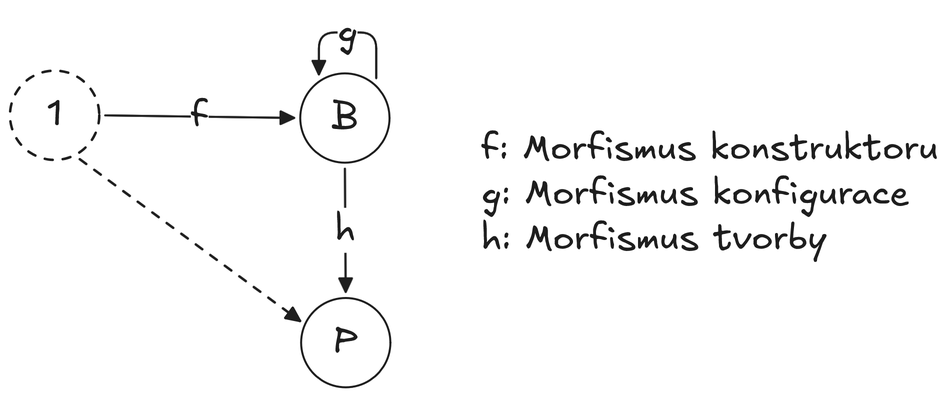
This is obrazky/diplomka/category_builder.excalidraw.png from Bahamut731lp/thesis-master, a Excalidraw export, as it was before one commit. Source tidied: one line per element, renumbered; positions are measured from the earlier drawing's top-left corner, leaving out a move shared by most shapes. The source it was exported from:
```json
{"id": 0, "type": "ellipse", "strokeColor": "#1e1e1e", "strokeWidth": 2, "roughness": 0, "round": true, "x": 290, "y": 63, "width": 89, "height": 89}
{"id": 1, "type": "text", "text": "B", "strokeColor": "#1e1e1e", "strokeWidth": 2, "roughness": 0, "fontSize": 36, "fontFamily": 5, "textAlign": "center", "verticalAlign": "middle", "inside": 0, "x": 321, "y": 85, "width": 27, "height": 45}
{"id": 2, "type": "ellipse", "strokeColor": "#1e1e1e", "strokeWidth": 2, "roughness": 0, "round": true, "x": 291, "y": 288, "width": 89, "height": 89}
{"id": 3, "type": "text", "text": "P", "strokeColor": "#1e1e1e", "strokeWidth": 2, "roughness": 0, "fontSize": 36, "fontFamily": 5, "textAlign": "center", "verticalAlign": "middle", "inside": 2, "x": 323, "y": 310, "width": 25, "height": 45}
{"id": 4, "type": "arrow", "strokeColor": "#1e1e1e", "strokeWidth": 2, "roughness": 0, "endArrowhead": "triangle", "from": 0, "to": 2, "x": 335, "y": 159, "width": 1, "height": 123, "points": [[0, 0], [1, 123]]}
{"id": 5, "type": "text", "text": "h", "strokeColor": "#1e1e1e", "strokeWidth": 2, "roughness": 0, "fontSize": 36, "fontFamily": 5, "textAlign": "center", "verticalAlign": "middle", "inside": 4, "x": 504, "y": 85, "width": 20, "height": 45}
{"id": 6, "type": "arrow", "strokeColor": "#1e1e1e", "strokeWidth": 2, "roughness": 0, "endArrowhead": "triangle", "from": 0, "to": 0, "x": 366, "y": 68, "width": 57, "height": 46, "points": [[0, 0], [0, -46], [-57, -46], [-57, -4]]}
{"id": 7, "type": "text", "text": "g", "strokeColor": "#1e1e1e", "strokeWidth": 2, "roughness": 0, "fontSize": 36, "fontFamily": 5, "textAlign": "center", "verticalAlign": "middle", "inside": 6, "x": 328, "y": 0, "width": 20, "height": 45}
{"id": 8, "type": "text", "text": "f", "strokeColor": "#1e1e1e", "strokeWidth": 2, "roughness": 0, "fontSize": 36, "fontFamily": 5, "textAlign": "center", "verticalAlign": "middle", "inside": 10, "x": 214, "y": 120, "width": 18, "height": 45}
{"id": 9, "type": "ellipse", "strokeColor": "#1e1e1e", "strokeWidth": 2, "strokeStyle": "dashed", "roughness": 0, "round": true, "x": 0, "y": 61, "width": 89, "height": 89}
{"id": 10, "type": "arrow", "strokeColor": "#1e1e1e", "strokeWidth": 2, "roughness": 0, "endArrowhead": "triangle", "from": 9, "to": 0, "x": 95, "y": 105, "width": 189, "height": 3, "points": [[0, 0], [189, 3]]}
{"id": 11, "type": "text", "text": "1", "strokeColor": "#1e1e1e", "strokeWidth": 2, "roughness": 0, "fontSize": 36, "fontFamily": 5, "textAlign": "center", "verticalAlign": "middle", "inside": 9, "x": 37, "y": 83, "width": 15, "height": 45}
{"id": 12, "type": "text", "text": "f: Morfismus konstruktoru\ng: Morfismus konfigurace\nh: Morfismus tvorby", "strokeColor": "#1e1e1e", "strokeWidth": 2, "strokeStyle": "dashed", "roughness": 0, "fontSize": 36, "fontFamily": 5, "x": 471, "y": 117, "width": 457, "height": 135}
{"id": 13, "type": "arrow", "strokeColor": "#1e1e1e", "strokeWidth": 2, "strokeStyle": "dashed", "roughness": 0, "endArrowhead": "triangle", "from": 9, "to": 2, "x": 70, "y": 149, "width": 220, "height": 162, "points": [[0, 0], [220, 162]]}
```
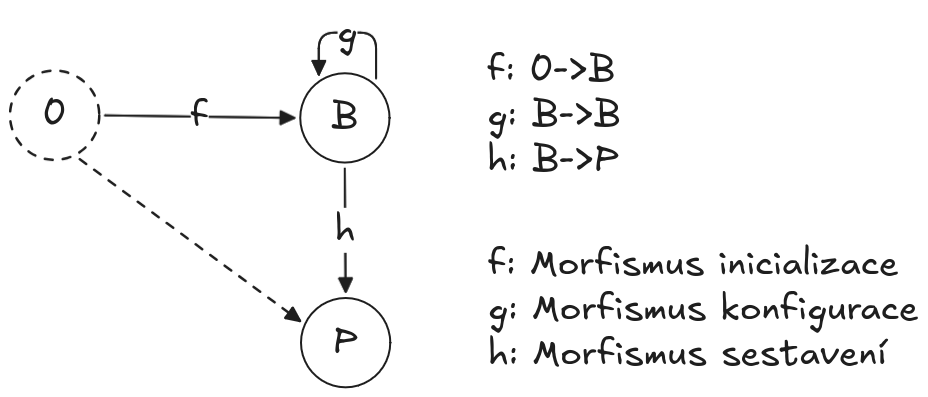
Above is the later version.

Commit message:
feat: Factory, Builder & Singleton

The edit, as a diff of the source:
```diff
@@ -9,6 +9,7 @@
 {"id": 8, "type": "text", "text": "f", "strokeColor": "#1e1e1e", "strokeWidth": 2, "roughness": 0, "fontSize": 36, "fontFamily": 5, "textAlign": "center", "verticalAlign": "middle", "inside": 10, "x": 214, "y": 120, "width": 18, "height": 45}
 {"id": 9, "type": "ellipse", "strokeColor": "#1e1e1e", "strokeWidth": 2, "strokeStyle": "dashed", "roughness": 0, "round": true, "x": 0, "y": 61, "width": 89, "height": 89}
 {"id": 10, "type": "arrow", "strokeColor": "#1e1e1e", "strokeWidth": 2, "roughness": 0, "endArrowhead": "triangle", "from": 9, "to": 0, "x": 95, "y": 105, "width": 189, "height": 3, "points": [[0, 0], [189, 3]]}
-{"id": 11, "type": "text", "text": "1", "strokeColor": "#1e1e1e", "strokeWidth": 2, "roughness": 0, "fontSize": 36, "fontFamily": 5, "textAlign": "center", "verticalAlign": "middle", "inside": 9, "x": 37, "y": 83, "width": 15, "height": 45}
+{"id": 11, "type": "text", "text": "0", "strokeColor": "#1e1e1e", "strokeWidth": 2, "roughness": 0, "fontSize": 36, "fontFamily": 5, "textAlign": "center", "verticalAlign": "middle", "inside": 9, "x": 33, "y": 83, "width": 24, "height": 45}
-{"id": 12, "type": "text", "text": "f: Morfismus konstruktoru\ng: Morfismus konfigurace\nh: Morfismus tvorby", "strokeColor": "#1e1e1e", "strokeWidth": 2, "strokeStyle": "dashed", "roughness": 0, "fontSize": 36, "fontFamily": 5, "x": 471, "y": 117, "width": 457, "height": 135}
+{"id": 12, "type": "text", "text": "f: Morfismus inicializace\ng: Morfismus konfigurace\nh: Morfismus sestavení", "strokeColor": "#1e1e1e", "strokeWidth": 2, "strokeStyle": "dashed", "roughness": 0, "fontSize": 36, "fontFamily": 5, "x": 478, "y": 233, "width": 430, "height": 135}
 {"id": 13, "type": "arrow", "strokeColor": "#1e1e1e", "strokeWidth": 2, "strokeStyle": "dashed", "roughness": 0, "endArrowhead": "triangle", "from": 9, "to": 2, "x": 70, "y": 149, "width": 220, "height": 162, "points": [[0, 0], [220, 162]]}
+{"id": 14, "type": "text", "text": "f: 0->B\ng: B->B\nh: B->P", "strokeColor": "#1e1e1e", "strokeWidth": 2, "strokeStyle": "dashed", "roughness": 0, "fontSize": 36, "fontFamily": 5, "x": 478, "y": 39, "width": 133, "height": 135}
```
